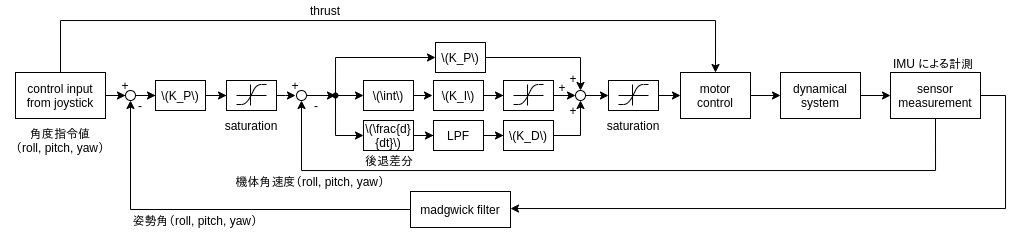
Earlier version of the draw.io export architecture/control_angvel.drawio.png (remmaTech12/quadrotor). Source tidied: cells renumbered, new cells last; positions are measured from the earlier drawing's top-left corner, leaving out a move shared by most shapes.
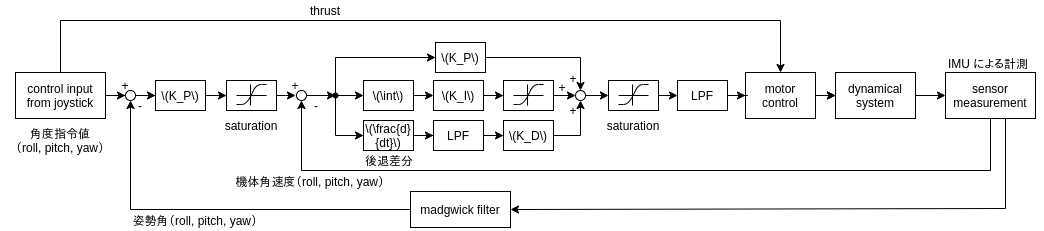
The same file after the commit.

Commit message:
Added low pass fileter in architecture diagram.

Diff of the diagram source:
```diff
@@ -50,19 +50,22 @@
     <mxCell id="12" style="edgeStyle=orthogonalEdgeStyle;rounded=0;jettySize=auto;html=1;entryX=0.5;entryY=1;entryDx=0;entryDy=0;exitX=0.5;exitY=1;exitDx=0;exitDy=0;" parent="1" edge="1" source="17" target="30">
       <mxGeometry relative="1" as="geometry">
         <Array as="points">
-          <mxPoint x="935" y="170" />
+          <mxPoint x="990" y="170" />
           <mxPoint x="301" y="170" />
         </Array>
       </mxGeometry>
     </mxCell>
+    <mxCell id="74" style="edgeStyle=orthogonalEdgeStyle;rounded=0;jettySize=auto;html=1;" parent="1" edge="1" source="13" target="15">
+      <mxGeometry relative="1" as="geometry" />
+    </mxCell>
     <mxCell id="13" value="motor&lt;br&gt;control" style="rounded=0;whiteSpace=wrap;html=1;" parent="1" vertex="1">
-      <mxGeometry x="680" y="72" width="70" height="46" as="geometry" />
+      <mxGeometry x="745" y="72" width="70" height="46" as="geometry" />
     </mxCell>
     <mxCell id="14" style="edgeStyle=orthogonalEdgeStyle;rounded=0;jettySize=auto;html=1;" parent="1" edge="1" source="15" target="17">
       <mxGeometry relative="1" as="geometry" />
     </mxCell>
     <mxCell id="15" value="dynamical&lt;br&gt;system" style="rounded=0;whiteSpace=wrap;html=1;" parent="1" vertex="1">
-      <mxGeometry x="780" y="72" width="80" height="46" as="geometry" />
+      <mxGeometry x="835" y="72" width="80" height="46" as="geometry" />
     </mxCell>
     <mxCell id="16" style="edgeStyle=orthogonalEdgeStyle;rounded=0;jettySize=auto;html=1;entryX=1;entryY=0.5;entryDx=0;entryDy=0;exitX=1;exitY=0.5;exitDx=0;exitDy=0;" parent="1" edge="1" source="17" target="24">
       <mxGeometry relative="1" as="geometry">
@@ -73,7 +76,7 @@
       </mxGeometry>
     </mxCell>
     <mxCell id="17" value="sensor measurement" style="rounded=0;whiteSpace=wrap;html=1;" parent="1" vertex="1">
-      <mxGeometry x="890" y="72" width="90" height="46" as="geometry" />
+      <mxGeometry x="945" y="72" width="90" height="46" as="geometry" />
     </mxCell>
     <mxCell id="18" style="edgeStyle=orthogonalEdgeStyle;rounded=0;jettySize=auto;html=1;" parent="1" edge="1" source="19" target="6">
       <mxGeometry relative="1" as="geometry" />
@@ -88,7 +91,7 @@
       <mxGeometry relative="1" as="geometry">
         <Array as="points">
           <mxPoint x="60" y="20" />
-          <mxPoint x="715" y="20" />
+          <mxPoint x="780" y="20" />
         </Array>
       </mxGeometry>
     </mxCell>
@@ -175,9 +178,6 @@
     <mxCell id="43" value="saturation" style="text;html=1;strokeColor=none;fillColor=none;align=center;verticalAlign=middle;whiteSpace=wrap;rounded=0;" parent="37" vertex="1">
       <mxGeometry y="40" width="80" height="10" as="geometry" />
     </mxCell>
-    <mxCell id="44" style="edgeStyle=orthogonalEdgeStyle;rounded=0;jettySize=auto;html=1;" parent="1" edge="1" source="38" target="13">
-      <mxGeometry relative="1" as="geometry" />
-    </mxCell>
     <mxCell id="45" value="姿勢角（roll, pitch, yaw）" style="text;html=1;strokeColor=none;fillColor=none;align=center;verticalAlign=middle;whiteSpace=wrap;rounded=0;" parent="1" vertex="1">
       <mxGeometry x="125" y="210" width="140" height="20" as="geometry" />
     </mxCell>
@@ -243,7 +243,7 @@
       <mxGeometry relative="1" as="geometry" />
     </mxCell>
     <mxCell id="62" value="IMU による計測" style="text;html=1;strokeColor=none;fillColor=none;align=center;verticalAlign=middle;whiteSpace=wrap;rounded=0;" parent="1" vertex="1">
-      <mxGeometry x="883" y="58" width="100" height="10" as="geometry" />
+      <mxGeometry x="938" y="58" width="100" height="10" as="geometry" />
     </mxCell>
     <mxCell id="63" value="+" style="text;html=1;strokeColor=none;fillColor=none;align=center;verticalAlign=middle;whiteSpace=wrap;rounded=0;" parent="1" vertex="1">
       <mxGeometry x="553" y="68" width="40" height="20" as="geometry" />
@@ -296,5 +296,16 @@
         </Array>
       </mxGeometry>
     </mxCell>
+    <mxCell id="75" style="edgeStyle=orthogonalEdgeStyle;rounded=0;jettySize=auto;html=1;" parent="1" edge="1" source="76">
+      <mxGeometry relative="1" as="geometry">
+        <mxPoint x="745" y="95" as="targetPoint" />
+      </mxGeometry>
+    </mxCell>
+    <mxCell id="76" value="LPF" style="rounded=0;whiteSpace=wrap;html=1;" parent="1" vertex="1">
+      <mxGeometry x="677" y="80" width="50" height="30" as="geometry" />
+    </mxCell>
+    <mxCell id="77" style="endArrow=classic;html=1;exitX=1;exitY=0.5;exitDx=0;exitDy=0;entryX=0;entryY=0.5;entryDx=0;entryDy=0;" parent="1" edge="1" source="38" target="76">
+      <mxGeometry relative="1" as="geometry" />
+    </mxCell>
   </root>
 </mxGraphModel>
```
